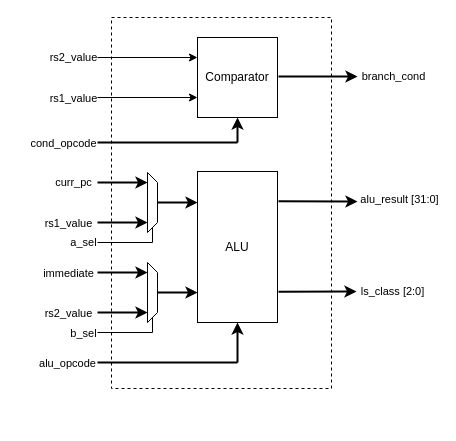
Above: docs/images/IE_BD.drawio in mircotoll01/VHDL-RISC-V (draw.io), before the change. Source tidied: cells renumbered, new cells numbered last; positions are measured from the earlier drawing's top-left corner, leaving out a move shared by most shapes. Both pictures are drawn from the tidied source at 100%, with x=0, y=0 at pixel (97, 17).
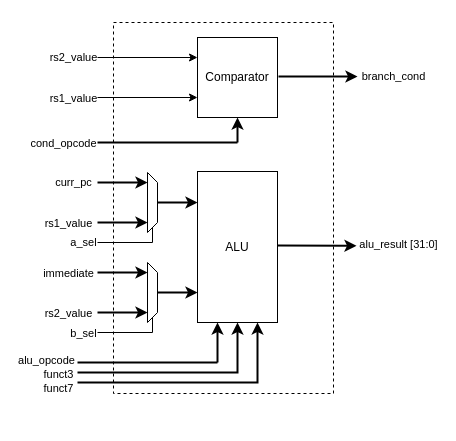
Above is the later version.

The change refers to these unchanged cells:
```xml
<mxCell id="11" value="&lt;div&gt;ALU&lt;/div&gt;" style="rounded=0;whiteSpace=wrap;html=1;rotation=0;" parent="1" vertex="1">
  <mxGeometry x="100" y="154" width="80" height="151" as="geometry" />
</mxCell>
```

Diff of the diagram source:
```diff
@@
     <mxCell id="20" style="endArrow=classic;html=1;rounded=0;strokeWidth=2;" parent="1" edge="1">
       <mxGeometry relative="1" as="geometry">
-        <mxPoint x="140" y="345" as="sourcePoint" />
-        <mxPoint x="140" y="305" as="targetPoint" />
+        <mxPoint x="120" y="345" as="sourcePoint" />
+        <mxPoint x="120" y="305" as="targetPoint" />
       </mxGeometry>
     </mxCell>
     <mxCell id="21" style="endArrow=none;html=1;rounded=0;strokeWidth=2;" parent="1" edge="1">
       <mxGeometry relative="1" as="geometry">
-        <mxPoint y="345" as="sourcePoint" />
-        <mxPoint x="140" y="345" as="targetPoint" />
+        <mxPoint x="-20" y="345" as="sourcePoint" />
+        <mxPoint x="120" y="345" as="targetPoint" />
       </mxGeometry>
     </mxCell>
     <mxCell id="22" value="&lt;div&gt;alu_opcode&lt;/div&gt;" style="edgeLabel;html=1;align=center;verticalAlign=middle;" parent="21" vertex="1">
       <mxGeometry x="-0.88" y="-1" relative="1" as="geometry">
-        <mxPoint x="-39" y="-1" as="offset" />
+        <mxPoint x="-40" y="-4" as="offset" />
       </mxGeometry>
     </mxCell>
@@
     <mxCell id="40" style="endArrow=classic;html=1;rounded=0;strokeWidth=2;" parent="1" edge="1">
       <mxGeometry relative="1" as="geometry">
-        <mxPoint x="181" y="183.7" as="sourcePoint" />
-        <mxPoint x="260" y="184" as="targetPoint" />
+        <mxPoint x="180" y="228" as="sourcePoint" />
+        <mxPoint x="259" y="228.3" as="targetPoint" />
       </mxGeometry>
     </mxCell>
@@
     <mxCell id="42" style="rounded=0;whiteSpace=wrap;html=1;fillColor=none;dashed=1;" parent="1" vertex="1">
-      <mxGeometry x="14" width="220" height="371" as="geometry" />
+      <mxGeometry x="16" y="5" width="220" height="371" as="geometry" />
     </mxCell>
-    <mxCell id="43" style="endArrow=classic;html=1;rounded=0;strokeWidth=2;" parent="1" edge="1">
-      <mxGeometry relative="1" as="geometry">
-        <mxPoint x="181" y="274.2" as="sourcePoint" />
-        <mxPoint x="259" y="274" as="targetPoint" />
-      </mxGeometry>
-    </mxCell>
-    <mxCell id="44" value="ls_class [2:0]" style="edgeLabel;html=1;align=center;verticalAlign=middle;" parent="43" vertex="1">
-      <mxGeometry x="0.44" y="1" relative="1" as="geometry">
-        <mxPoint x="58" as="offset" />
-      </mxGeometry>
-    </mxCell>
+    <mxCell id="45" style="endArrow=classic;html=1;rounded=0;strokeWidth=2;" parent="1" edge="1">
+      <mxGeometry relative="1" as="geometry">
+        <mxPoint x="-20" y="355" as="sourcePoint" />
+        <mxPoint x="140" y="305" as="targetPoint" />
+        <Array as="points">
+          <mxPoint x="140" y="355" />
+        </Array>
+      </mxGeometry>
+    </mxCell>
+    <mxCell id="46" value="funct3" style="edgeLabel;html=1;align=center;verticalAlign=middle;" parent="45" vertex="1">
+      <mxGeometry x="-0.87" relative="1" as="geometry">
+        <mxPoint x="-34" y="1" as="offset" />
+      </mxGeometry>
+    </mxCell>
+    <mxCell id="47" style="endArrow=classic;html=1;rounded=0;strokeWidth=2;entryX=0.75;entryY=1;entryDx=0;entryDy=0;" parent="1" edge="1" target="11">
+      <mxGeometry relative="1" as="geometry">
+        <mxPoint x="-20" y="365" as="sourcePoint" />
+        <Array as="points">
+          <mxPoint x="160" y="365" />
+        </Array>
+      </mxGeometry>
+    </mxCell>
+    <mxCell id="48" value="funct7" style="edgeLabel;html=1;align=center;verticalAlign=middle;" parent="47" vertex="1">
+      <mxGeometry x="-0.94" relative="1" as="geometry">
+        <mxPoint x="-27" y="5" as="offset" />
+      </mxGeometry>
+    </mxCell>
+    <mxCell id="49" value="&amp;nbsp;" style="text;whiteSpace=wrap;html=1;" parent="1" vertex="1">
+      <mxGeometry x="-70" y="378" width="23" height="28" as="geometry" />
+    </mxCell>
```
